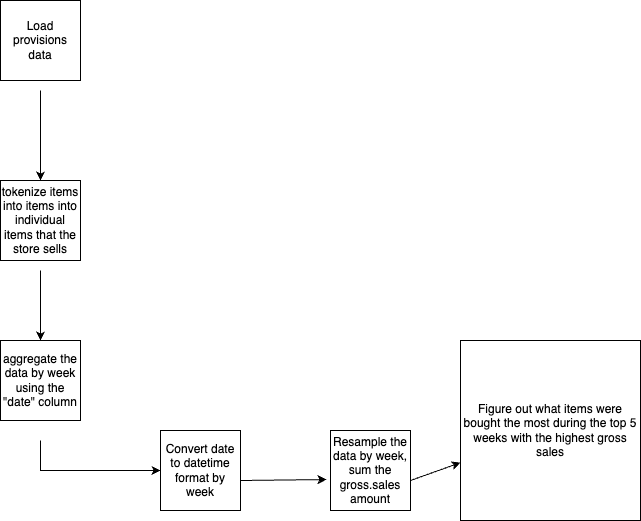
This is provisions.png from alessasomer/provisions_project, a draw.io export, as it was before one commit. Source tidied: cells renumbered, new cells last; positions are measured from the earlier drawing's top-left corner, leaving out a move shared by most shapes. The source it was exported from:
```xml
<mxGraphModel>
  <root>
    <mxCell id="0" />
    <mxCell id="1" parent="0" />
    <mxCell id="2" value="Load provisions data" style="whiteSpace=wrap;html=1;" parent="1" vertex="1">
      <mxGeometry width="80" height="80" as="geometry" />
    </mxCell>
    <mxCell id="3" style="endArrow=classic;html=1;rounded=0;" parent="1" edge="1" target="4">
      <mxGeometry relative="1" as="geometry">
        <mxPoint x="40" y="90" as="sourcePoint" />
      </mxGeometry>
    </mxCell>
    <mxCell id="4" value="tokenize items into items into individual items that the store sells" style="whiteSpace=wrap;html=1;" parent="1" vertex="1">
      <mxGeometry y="180" width="80" height="80" as="geometry" />
    </mxCell>
    <mxCell id="5" style="endArrow=classic;html=1;rounded=0;" parent="1" edge="1" target="6">
      <mxGeometry relative="1" as="geometry">
        <mxPoint x="40" y="270" as="sourcePoint" />
      </mxGeometry>
    </mxCell>
    <mxCell id="6" value="aggregate the data by week using the &quot;date&quot; column" style="whiteSpace=wrap;html=1;" parent="1" vertex="1">
      <mxGeometry y="340" width="80" height="80" as="geometry" />
    </mxCell>
    <mxCell id="7" style="endArrow=classic;html=1;rounded=0;" parent="1" edge="1" target="8">
      <mxGeometry relative="1" as="geometry">
        <mxPoint x="40" y="440" as="sourcePoint" />
        <Array as="points">
          <mxPoint x="40" y="470" />
        </Array>
      </mxGeometry>
    </mxCell>
    <mxCell id="8" value="Convert date to datetime format by week" style="whiteSpace=wrap;html=1;" parent="1" vertex="1">
      <mxGeometry x="160" y="430" width="80" height="80" as="geometry" />
    </mxCell>
    <mxCell id="9" value="Resample the data by week, sum the gross.sales amount" style="whiteSpace=wrap;html=1;" parent="1" vertex="1">
      <mxGeometry x="330" y="430" width="80" height="80" as="geometry" />
    </mxCell>
    <mxCell id="10" style="endArrow=classic;html=1;rounded=0;entryX=-0.05;entryY=0.613;entryDx=0;entryDy=0;entryPerimeter=0;" parent="1" edge="1" target="9">
      <mxGeometry relative="1" as="geometry">
        <mxPoint x="240" y="480" as="sourcePoint" />
      </mxGeometry>
    </mxCell>
    <mxCell id="11" style="endArrow=classic;html=1;rounded=0;" parent="1" edge="1" target="12">
      <mxGeometry relative="1" as="geometry">
        <mxPoint x="410" y="480" as="sourcePoint" />
        <Array as="points">
          <mxPoint x="410" y="480" />
        </Array>
      </mxGeometry>
    </mxCell>
    <mxCell id="12" value="Figure out what items were bought the most during the top 5 weeks with the highest gross sales" style="whiteSpace=wrap;html=1;" parent="1" vertex="1">
      <mxGeometry x="460" y="340" width="180" height="180" as="geometry" />
    </mxCell>
  </root>
</mxGraphModel>
```
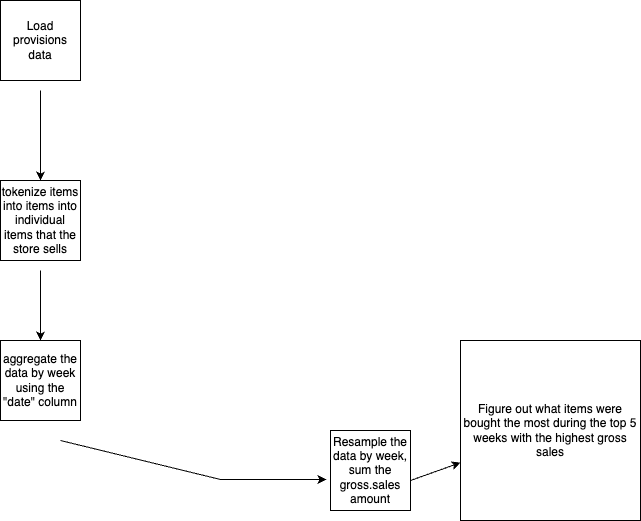
The same diagram one commit later.

Diff of the diagram source:
```diff
@@ -21,23 +21,15 @@
     <mxCell id="6" value="aggregate the data by week using the &quot;date&quot; column" style="whiteSpace=wrap;html=1;" parent="1" vertex="1">
       <mxGeometry y="340" width="80" height="80" as="geometry" />
     </mxCell>
-    <mxCell id="7" style="endArrow=classic;html=1;rounded=0;" parent="1" edge="1" target="8">
-      <mxGeometry relative="1" as="geometry">
-        <mxPoint x="40" y="440" as="sourcePoint" />
-        <Array as="points">
-          <mxPoint x="40" y="470" />
-        </Array>
-      </mxGeometry>
-    </mxCell>
-    <mxCell id="8" value="Convert date to datetime format by week" style="whiteSpace=wrap;html=1;" parent="1" vertex="1">
-      <mxGeometry x="160" y="430" width="80" height="80" as="geometry" />
-    </mxCell>
     <mxCell id="9" value="Resample the data by week, sum the gross.sales amount" style="whiteSpace=wrap;html=1;" parent="1" vertex="1">
       <mxGeometry x="330" y="430" width="80" height="80" as="geometry" />
     </mxCell>
     <mxCell id="10" style="endArrow=classic;html=1;rounded=0;entryX=-0.05;entryY=0.613;entryDx=0;entryDy=0;entryPerimeter=0;" parent="1" edge="1" target="9">
       <mxGeometry relative="1" as="geometry">
-        <mxPoint x="240" y="480" as="sourcePoint" />
+        <mxPoint x="60" y="440" as="sourcePoint" />
+        <Array as="points">
+          <mxPoint x="220" y="479" />
+        </Array>
       </mxGeometry>
     </mxCell>
     <mxCell id="11" style="endArrow=classic;html=1;rounded=0;" parent="1" edge="1" target="12">
```
